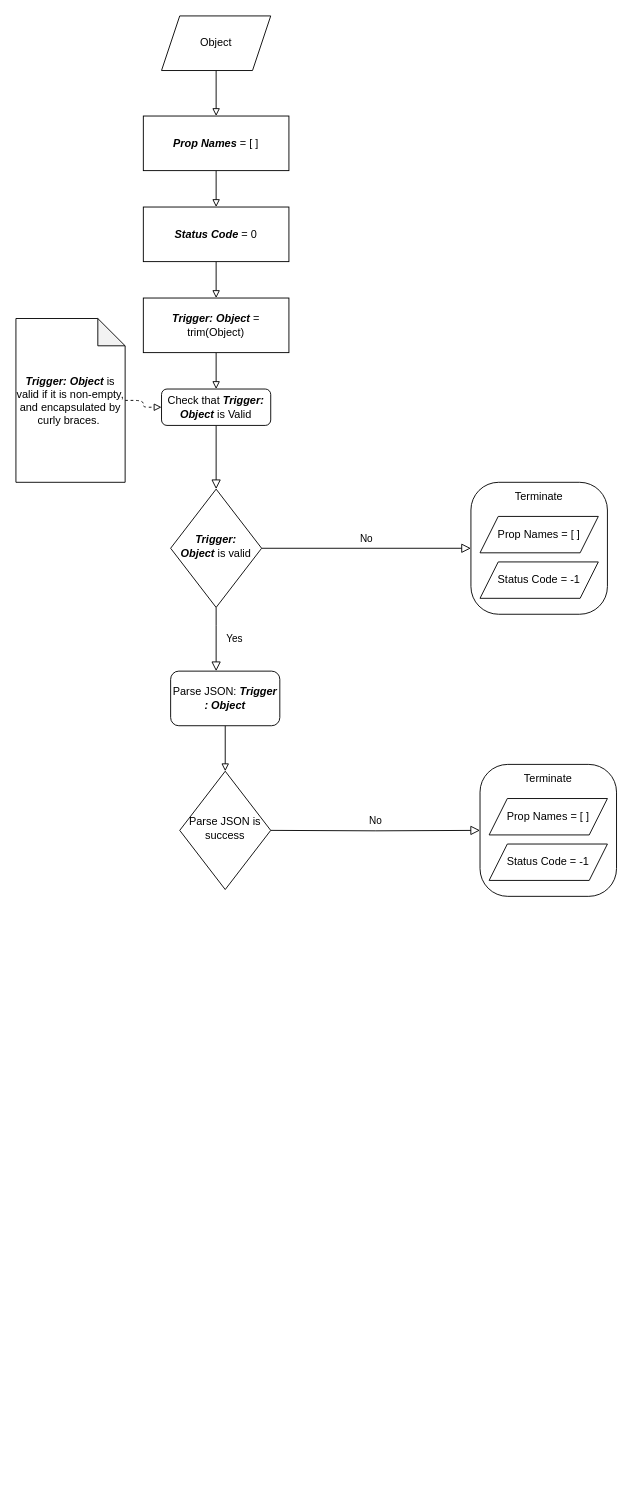
Before: GetPropNames.drawio in NanaBanana98/Power-Automate-Personal-API-Docs, a draw.io diagram. Source tidied: cells renumbered, new cells numbered last; positions are measured from the earlier drawing's top-left corner, leaving out a move shared by most shapes. Both pictures are drawn from the tidied source at 91%, with x=0, y=0 at pixel (15, 15).
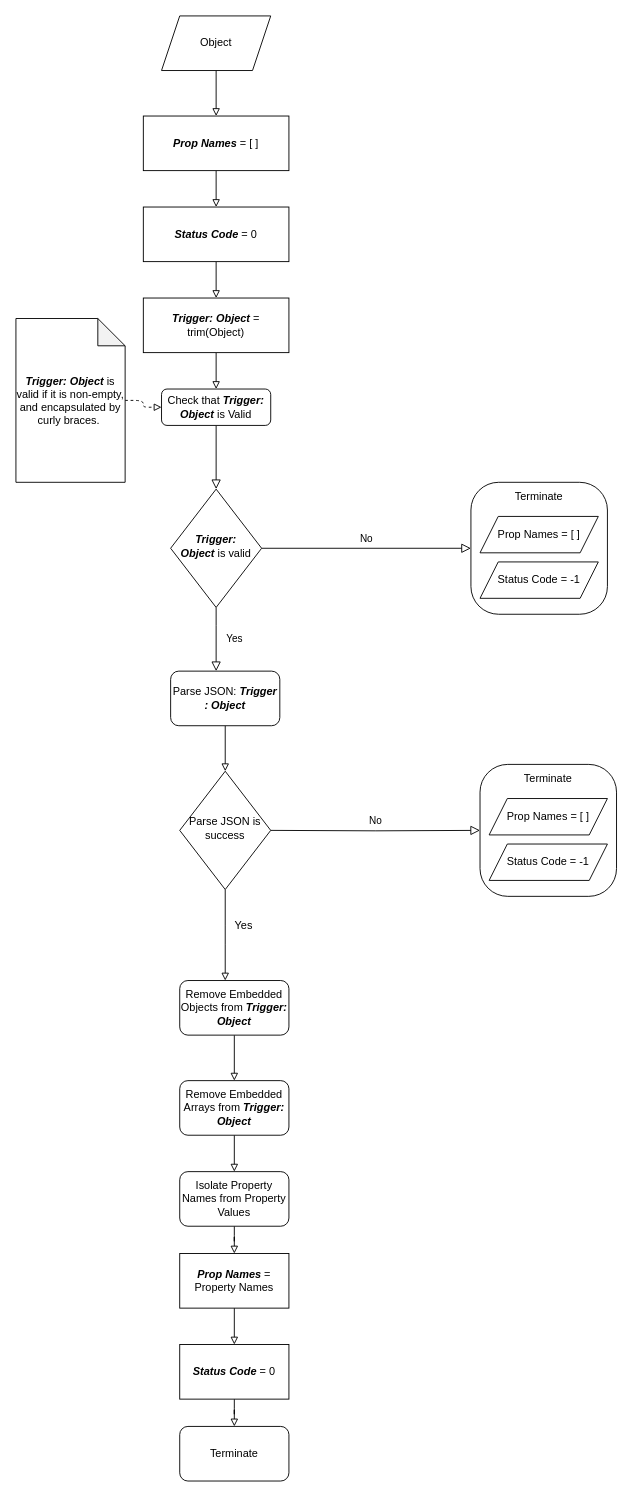
After the change.

Unchanged cells that the change refers to:
```xml
<mxCell id="22" value="Parse JSON is success" style="rhombus;whiteSpace=wrap;html=1;shadow=0;fontFamily=Helvetica;fontSize=12;align=center;strokeWidth=1;spacing=6;spacingTop=-4;" parent="1" vertex="1">
  <mxGeometry x="180" y="830" width="100" height="130" as="geometry" />
</mxCell>
```

Diff of the diagram source:
```diff
@@
+    <mxCell id="27" style="edgeStyle=orthogonalEdgeStyle;rounded=1;jettySize=auto;html=1;endArrow=block;endFill=0;strokeColor=#000000;" parent="1" edge="1" source="22">
+      <mxGeometry relative="1" as="geometry">
+        <mxPoint x="230" y="1060" as="targetPoint" />
+      </mxGeometry>
+    </mxCell>
@@
+    <mxCell id="28" value="Yes" style="text;html=1;align=center;verticalAlign=middle;strokeColor=none;fillColor=none;" parent="1" vertex="1">
+      <mxGeometry x="230" y="985" width="40" height="30" as="geometry" />
+    </mxCell>
+    <mxCell id="29" style="edgeStyle=orthogonalEdgeStyle;rounded=1;jettySize=auto;html=1;endArrow=block;endFill=0;strokeColor=#000000;" parent="1" edge="1" source="30" target="32">
+      <mxGeometry relative="1" as="geometry" />
+    </mxCell>
+    <mxCell id="30" value="Remove Embedded Objects from &lt;b&gt;&lt;i&gt;Trigger: Object&lt;/i&gt;&lt;/b&gt;" style="rounded=1;whiteSpace=wrap;html=1;" parent="1" vertex="1">
+      <mxGeometry x="180" y="1060" width="120" height="60" as="geometry" />
+    </mxCell>
+    <mxCell id="31" style="edgeStyle=orthogonalEdgeStyle;rounded=1;jettySize=auto;html=1;endArrow=block;endFill=0;strokeColor=#000000;" parent="1" edge="1" source="32" target="34">
+      <mxGeometry relative="1" as="geometry" />
+    </mxCell>
+    <mxCell id="32" value="Remove Embedded Arrays from &lt;b&gt;&lt;i&gt;Trigger: Object&lt;/i&gt;&lt;/b&gt;" style="rounded=1;whiteSpace=wrap;html=1;" parent="1" vertex="1">
+      <mxGeometry x="180" y="1170" width="120" height="60" as="geometry" />
+    </mxCell>
+    <mxCell id="33" style="edgeStyle=orthogonalEdgeStyle;rounded=1;jettySize=auto;html=1;endArrow=block;endFill=0;strokeColor=#000000;" parent="1" edge="1" source="34" target="36">
+      <mxGeometry relative="1" as="geometry" />
+    </mxCell>
+    <mxCell id="34" value="Isolate Property Names from Property Values" style="rounded=1;whiteSpace=wrap;html=1;" parent="1" vertex="1">
+      <mxGeometry x="180" y="1270" width="120" height="60" as="geometry" />
+    </mxCell>
+    <mxCell id="35" style="edgeStyle=orthogonalEdgeStyle;rounded=1;jettySize=auto;html=1;endArrow=block;endFill=0;strokeColor=#000000;" parent="1" edge="1" source="36" target="38">
+      <mxGeometry relative="1" as="geometry" />
+    </mxCell>
+    <mxCell id="36" value="&lt;i style=&quot;font-weight: bold;&quot;&gt;Prop Names &lt;/i&gt;= Property Names" style="rounded=0;whiteSpace=wrap;html=1;" parent="1" vertex="1">
+      <mxGeometry x="180" y="1360" width="120" height="60" as="geometry" />
+    </mxCell>
+    <mxCell id="37" style="edgeStyle=orthogonalEdgeStyle;rounded=1;jettySize=auto;html=1;endArrow=block;endFill=0;strokeColor=#000000;" parent="1" edge="1" source="38" target="39">
+      <mxGeometry relative="1" as="geometry" />
+    </mxCell>
+    <mxCell id="38" value="&lt;b&gt;&lt;i&gt;Status Code&amp;nbsp;&lt;/i&gt;&lt;/b&gt;= 0" style="rounded=0;whiteSpace=wrap;html=1;" parent="1" vertex="1">
+      <mxGeometry x="180" y="1460" width="120" height="60" as="geometry" />
+    </mxCell>
+    <mxCell id="39" value="Terminate" style="rounded=1;whiteSpace=wrap;html=1;" parent="1" vertex="1">
+      <mxGeometry x="180" y="1550" width="120" height="60" as="geometry" />
+    </mxCell>
```
